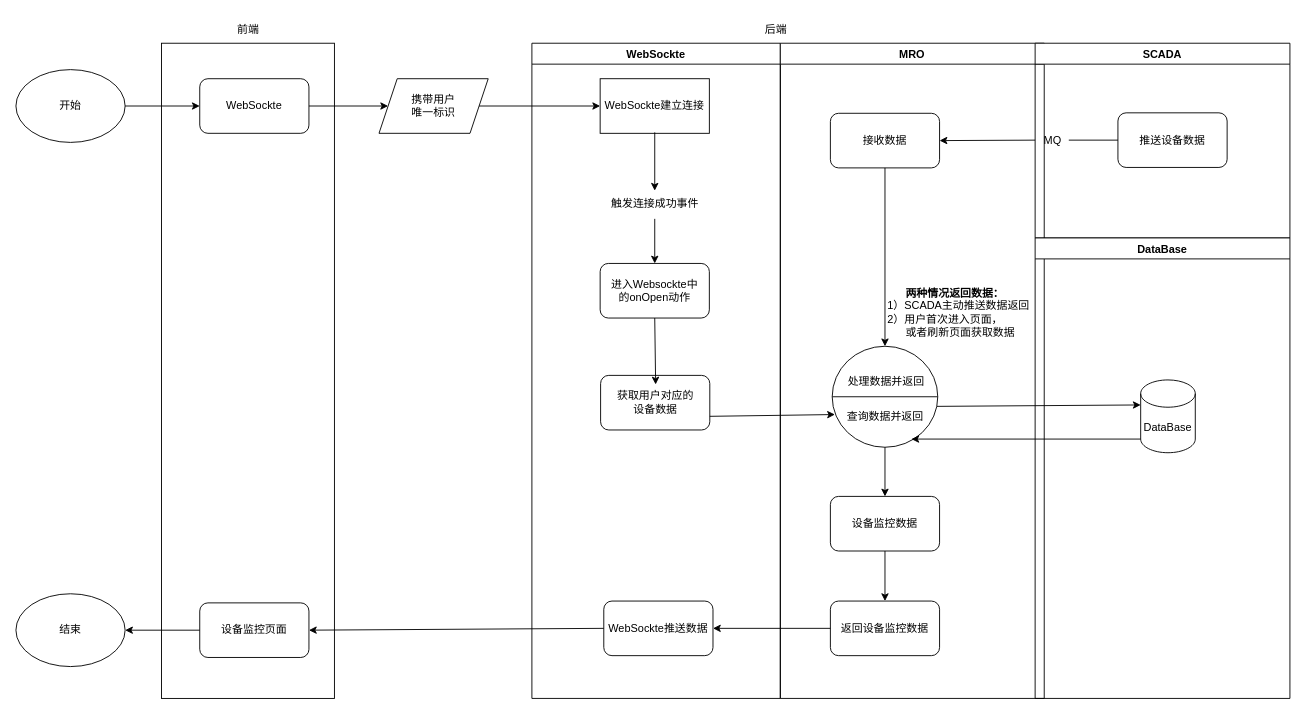
The draw.io diagram page "第 2 页" (2 of 2) of 设备监控流程.drawio in KNAI-I/test, before the edit. Source tidied: cells renumbered, new cells numbered last; positions are measured from the earlier drawing's top-left corner, leaving out a move shared by most shapes. Both pictures are drawn from the tidied source at 91%, with x=0, y=0 at pixel (15, 15).
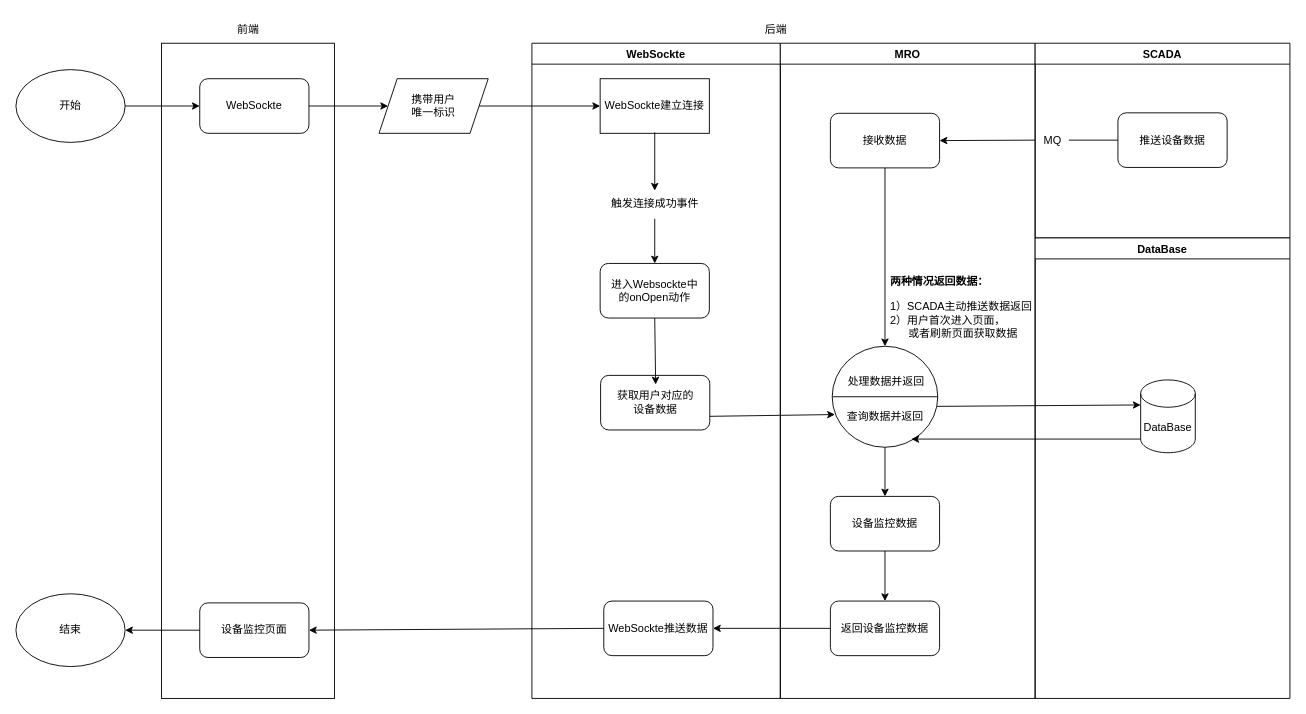
The same diagram, later.

Commit message:
更新设备监控流程.drawio

What changed in the source:
```diff
@@
     <mxCell id="22" value="MRO" style="swimlane;" parent="1" vertex="1">
-      <mxGeometry x="840" y="30" width="290" height="720" as="geometry" />
+      <mxGeometry x="840" y="30" width="280" height="720" as="geometry" />
     </mxCell>
@@
-    <mxCell id="32" value="&lt;b&gt;&amp;nbsp; &amp;nbsp; &amp;nbsp; 两种情况返回数据：&lt;/b&gt;&lt;br&gt;1）SCADA主动推送数据返回&lt;br&gt;2）用户首次进入页面，&lt;br&gt;&lt;div style=&quot;&quot;&gt;&lt;span style=&quot;background-color: initial;&quot;&gt;&amp;nbsp; &amp;nbsp; &amp;nbsp; 或者刷新页面获取数据&lt;/span&gt;&lt;/div&gt;" style="text;html=1;align=left;verticalAlign=middle;strokeColor=none;fillColor=none;" parent="22" vertex="1">
-      <mxGeometry x="116" y="261" width="174" height="70" as="geometry" />
+    <mxCell id="32" value="&lt;b&gt;两种情况返回数据：&lt;br&gt;&lt;/b&gt;&lt;br&gt;1）SCADA主动推送数据返回&lt;br&gt;2）用户首次进入页面，&lt;br&gt;&lt;div style=&quot;&quot;&gt;&lt;span style=&quot;background-color: initial;&quot;&gt;&amp;nbsp; &amp;nbsp; &amp;nbsp; 或者刷新页面获取数据&lt;/span&gt;&lt;/div&gt;" style="text;html=1;align=left;verticalAlign=middle;strokeColor=none;fillColor=none;" parent="22" vertex="1">
+      <mxGeometry x="119" y="248" width="174" height="84" as="geometry" />
     </mxCell>
```
